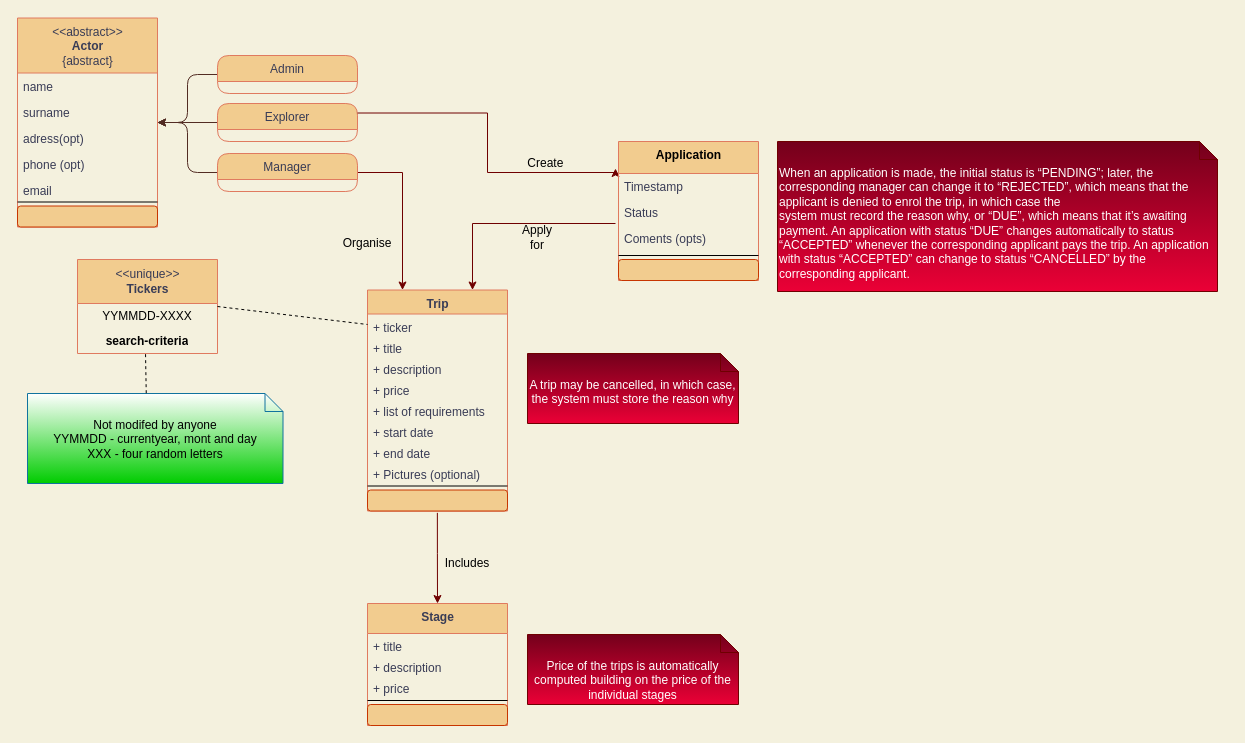
Earlier version of the draw.io diagram base.drawio (jossanlop/ACME-Explorer-6). Source tidied: cells renumbered, new cells numbered last; positions are measured from the earlier drawing's top-left corner, leaving out a move shared by most shapes. Both pictures are drawn from the tidied source at 100%, with x=0, y=0 at pixel (17, 17).
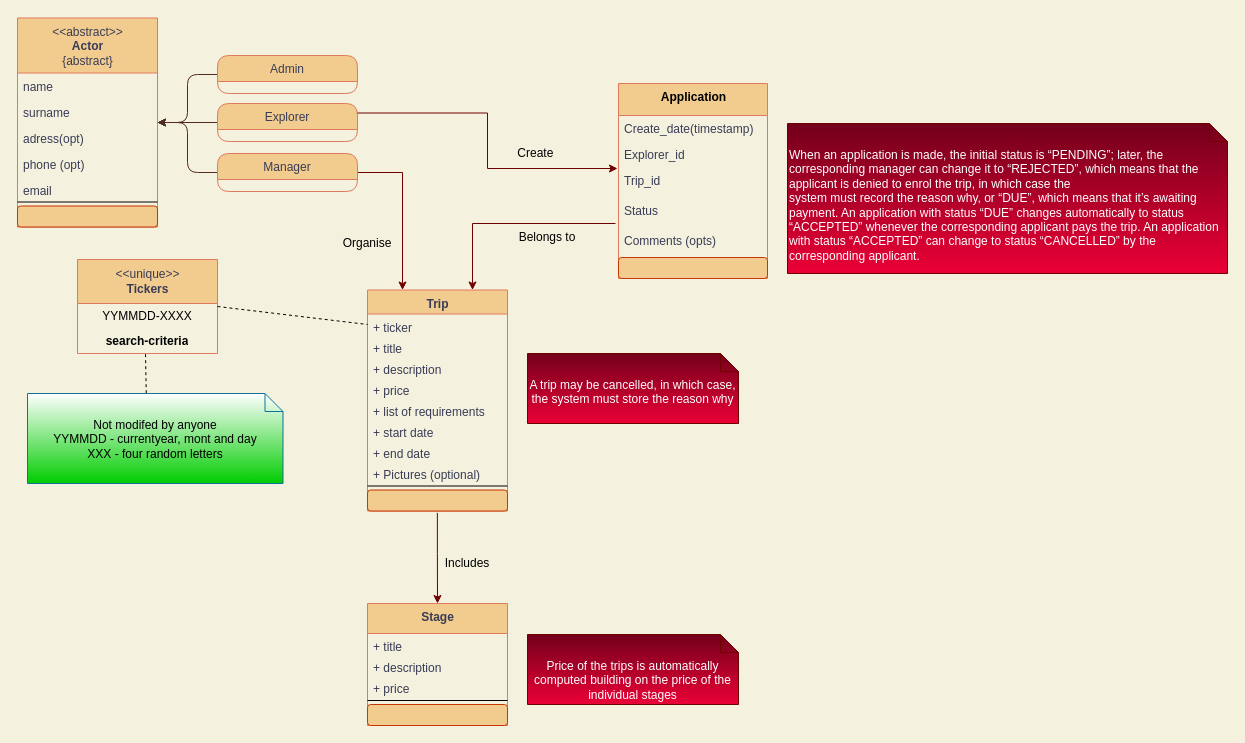
The same diagram, later.

Commit message:
actualizacion modelo UML

The change refers to these unchanged cells:
```xml
<mxCell id="5" value="Explorer" style="swimlane;fontStyle=0;horizontal=1;startSize=26;rounded=1;strokeColor=#E07A5F;fontColor=#393C56;fillColor=#F2CC8F;" parent="1" vertex="1">
  <mxGeometry x="200" y="86" width="140" height="38" as="geometry" />
</mxCell>
```

What changed in the source:
```diff
@@
     <mxCell id="10" value="Create&amp;nbsp;" style="text;html=1;align=center;verticalAlign=middle;whiteSpace=wrap;rounded=0;labelBackgroundColor=none;fontColor=#000000;" parent="1" vertex="1">
-      <mxGeometry x="500" y="136" width="60" height="20" as="geometry" />
+      <mxGeometry x="490" y="126" width="60" height="20" as="geometry" />
     </mxCell>
     <mxCell id="11" style="edgeStyle=orthogonalEdgeStyle;rounded=0;jettySize=auto;html=1;exitX=1;exitY=0.25;exitDx=0;exitDy=0;fillColor=#a20025;strokeColor=#6F0000;" parent="1" edge="1" source="5">
       <mxGeometry relative="1" as="geometry">
-        <mxPoint x="598" y="151" as="targetPoint" />
+        <mxPoint x="600" y="151" as="targetPoint" />
         <Array as="points">
           <mxPoint x="470" y="96" />
-          <mxPoint x="470" y="155" />
+          <mxPoint x="470" y="151" />
         </Array>
       </mxGeometry>
     </mxCell>
@@
+    <mxCell id="56" style="edgeStyle=orthogonalEdgeStyle;rounded=0;jettySize=auto;html=1;exitX=0.5;exitY=0;exitDx=0;exitDy=0;" parent="1" edge="1" source="32">
+      <mxGeometry relative="1" as="geometry">
+        <mxPoint x="671" y="76" as="targetPoint" />
+      </mxGeometry>
+    </mxCell>
     <mxCell id="32" value="&lt;font color=&quot;#000000&quot;&gt;&lt;b&gt;Application&lt;/b&gt;&lt;br&gt;&lt;br&gt;&lt;/font&gt;" style="swimlane;fontStyle=0;align=center;verticalAlign=top;horizontal=1;startSize=32;html=1;rounded=0;labelBackgroundColor=none;sketch=0;strokeColor=#E07A5F;fillColor=#F2CC8F;fontColor=#393C56;" parent="1" vertex="1">
-      <mxGeometry x="601" y="124" width="140" height="139" as="geometry" />
+      <mxGeometry x="601" y="66" width="149" height="195" as="geometry" />
     </mxCell>
-    <mxCell id="33" value="Timestamp" style="text;strokeColor=none;fillColor=none;align=left;verticalAlign=top;spacingLeft=4;spacingRight=4;overflow=hidden;rounded=1;fontColor=#393C56;" parent="32" vertex="1">
-      <mxGeometry y="32" width="140" height="26" as="geometry" />
+    <mxCell id="33" value="Create_date(timestamp)" style="text;strokeColor=none;fillColor=none;align=left;verticalAlign=top;spacingLeft=4;spacingRight=4;overflow=hidden;rounded=1;fontColor=#393C56;" parent="32" vertex="1">
+      <mxGeometry y="32" width="149" height="26" as="geometry" />
     </mxCell>
-    <mxCell id="34" value="Status" style="text;strokeColor=none;fillColor=none;align=left;verticalAlign=top;spacingLeft=4;spacingRight=4;overflow=hidden;rounded=1;fontColor=#393C56;" parent="32" vertex="1">
-      <mxGeometry y="58" width="140" height="26" as="geometry" />
+    <mxCell id="34" value="Explorer_id" style="text;strokeColor=none;fillColor=none;align=left;verticalAlign=top;spacingLeft=4;spacingRight=4;overflow=hidden;rounded=1;fontColor=#393C56;" parent="32" vertex="1">
+      <mxGeometry y="58" width="149" height="26" as="geometry" />
     </mxCell>
-    <mxCell id="35" value="Coments (opts)" style="text;strokeColor=none;fillColor=none;align=left;verticalAlign=top;spacingLeft=4;spacingRight=4;overflow=hidden;rounded=1;fontColor=#393C56;" parent="32" vertex="1">
-      <mxGeometry y="84" width="140" height="26" as="geometry" />
+    <mxCell id="35" value="Trip_id" style="text;strokeColor=none;fillColor=none;align=left;verticalAlign=top;spacingLeft=4;spacingRight=4;overflow=hidden;rounded=1;fontColor=#393C56;" parent="32" vertex="1">
+      <mxGeometry y="84" width="149" height="30" as="geometry" />
     </mxCell>
-    <mxCell id="36" style="line;strokeWidth=1;fillColor=none;align=left;verticalAlign=middle;spacingTop=-1;spacingLeft=3;spacingRight=3;labelPosition=right;" parent="32" vertex="1">
-      <mxGeometry y="110" width="140" height="8" as="geometry" />
-    </mxCell>
+    <mxCell id="57" value="Status" style="text;strokeColor=none;fillColor=none;align=left;verticalAlign=top;spacingLeft=4;spacingRight=4;overflow=hidden;rounded=1;fontColor=#393C56;" parent="32" vertex="1">
+      <mxGeometry y="114" width="149" height="30" as="geometry" />
+    </mxCell>
+    <mxCell id="58" value="Comments (opts)" style="text;strokeColor=none;fillColor=none;align=left;verticalAlign=top;spacingLeft=4;spacingRight=4;overflow=hidden;rounded=1;fontColor=#393C56;" parent="32" vertex="1">
+      <mxGeometry y="144" width="149" height="30" as="geometry" />
+    </mxCell>
     <mxCell id="37" style="text;strokeColor=#C73500;align=left;verticalAlign=top;spacingLeft=4;spacingRight=4;overflow=hidden;rounded=1;fontColor=#ffffff;shadow=0;fillColor=#F2CC8F;" parent="32" vertex="1">
-      <mxGeometry y="118" width="140" height="21" as="geometry" />
+      <mxGeometry y="174" width="149" height="21" as="geometry" />
     </mxCell>
@@
-    <mxCell id="42" value="Apply for" style="text;html=1;align=center;verticalAlign=middle;whiteSpace=wrap;rounded=0;labelBackgroundColor=none;fontColor=#000000;" parent="1" vertex="1">
-      <mxGeometry x="500" y="209.5" width="40" height="20" as="geometry" />
+    <mxCell id="42" value="Belongs to" style="text;html=1;align=center;verticalAlign=middle;whiteSpace=wrap;rounded=0;labelBackgroundColor=none;fontColor=#000000;" parent="1" vertex="1">
+      <mxGeometry x="500" y="209.5" width="60" height="20" as="geometry" />
     </mxCell>
@@
     <mxCell id="49" value="&lt;div&gt;&lt;span&gt;When an application is&amp;nbsp;&lt;/span&gt;&lt;span&gt;made, the initial status is “PENDING”; later, the corresponding manager can change it to&amp;nbsp;&lt;/span&gt;&lt;span&gt;“REJECTED”, which means that the applicant is denied to enrol the trip, in which case the&lt;/span&gt;&lt;/div&gt;&lt;div&gt;&lt;span&gt;system must record the reason why, or “DUE”, which means that it’s awaiting payment. An&amp;nbsp;&lt;/span&gt;&lt;span&gt;application with status “DUE” changes automatically to status “ACCEPTED” whenever the&amp;nbsp;&lt;/span&gt;&lt;span&gt;corresponding applicant pays the trip. An application with status “ACCEPTED” can change to&amp;nbsp;&lt;/span&gt;&lt;span&gt;status “CANCELLED” by the corresponding applicant.&lt;/span&gt;&lt;/div&gt;" style="shape=note2;boundedLbl=1;whiteSpace=wrap;html=1;size=18;verticalAlign=top;align=left;strokeColor=#6F0000;fontColor=#ffffff;gradientColor=#EB0036;fillColor=#73001B;" parent="1" vertex="1">
-      <mxGeometry x="760" y="124" width="440" height="150" as="geometry" />
+      <mxGeometry x="770" y="106" width="440" height="150" as="geometry" />
     </mxCell>
```
